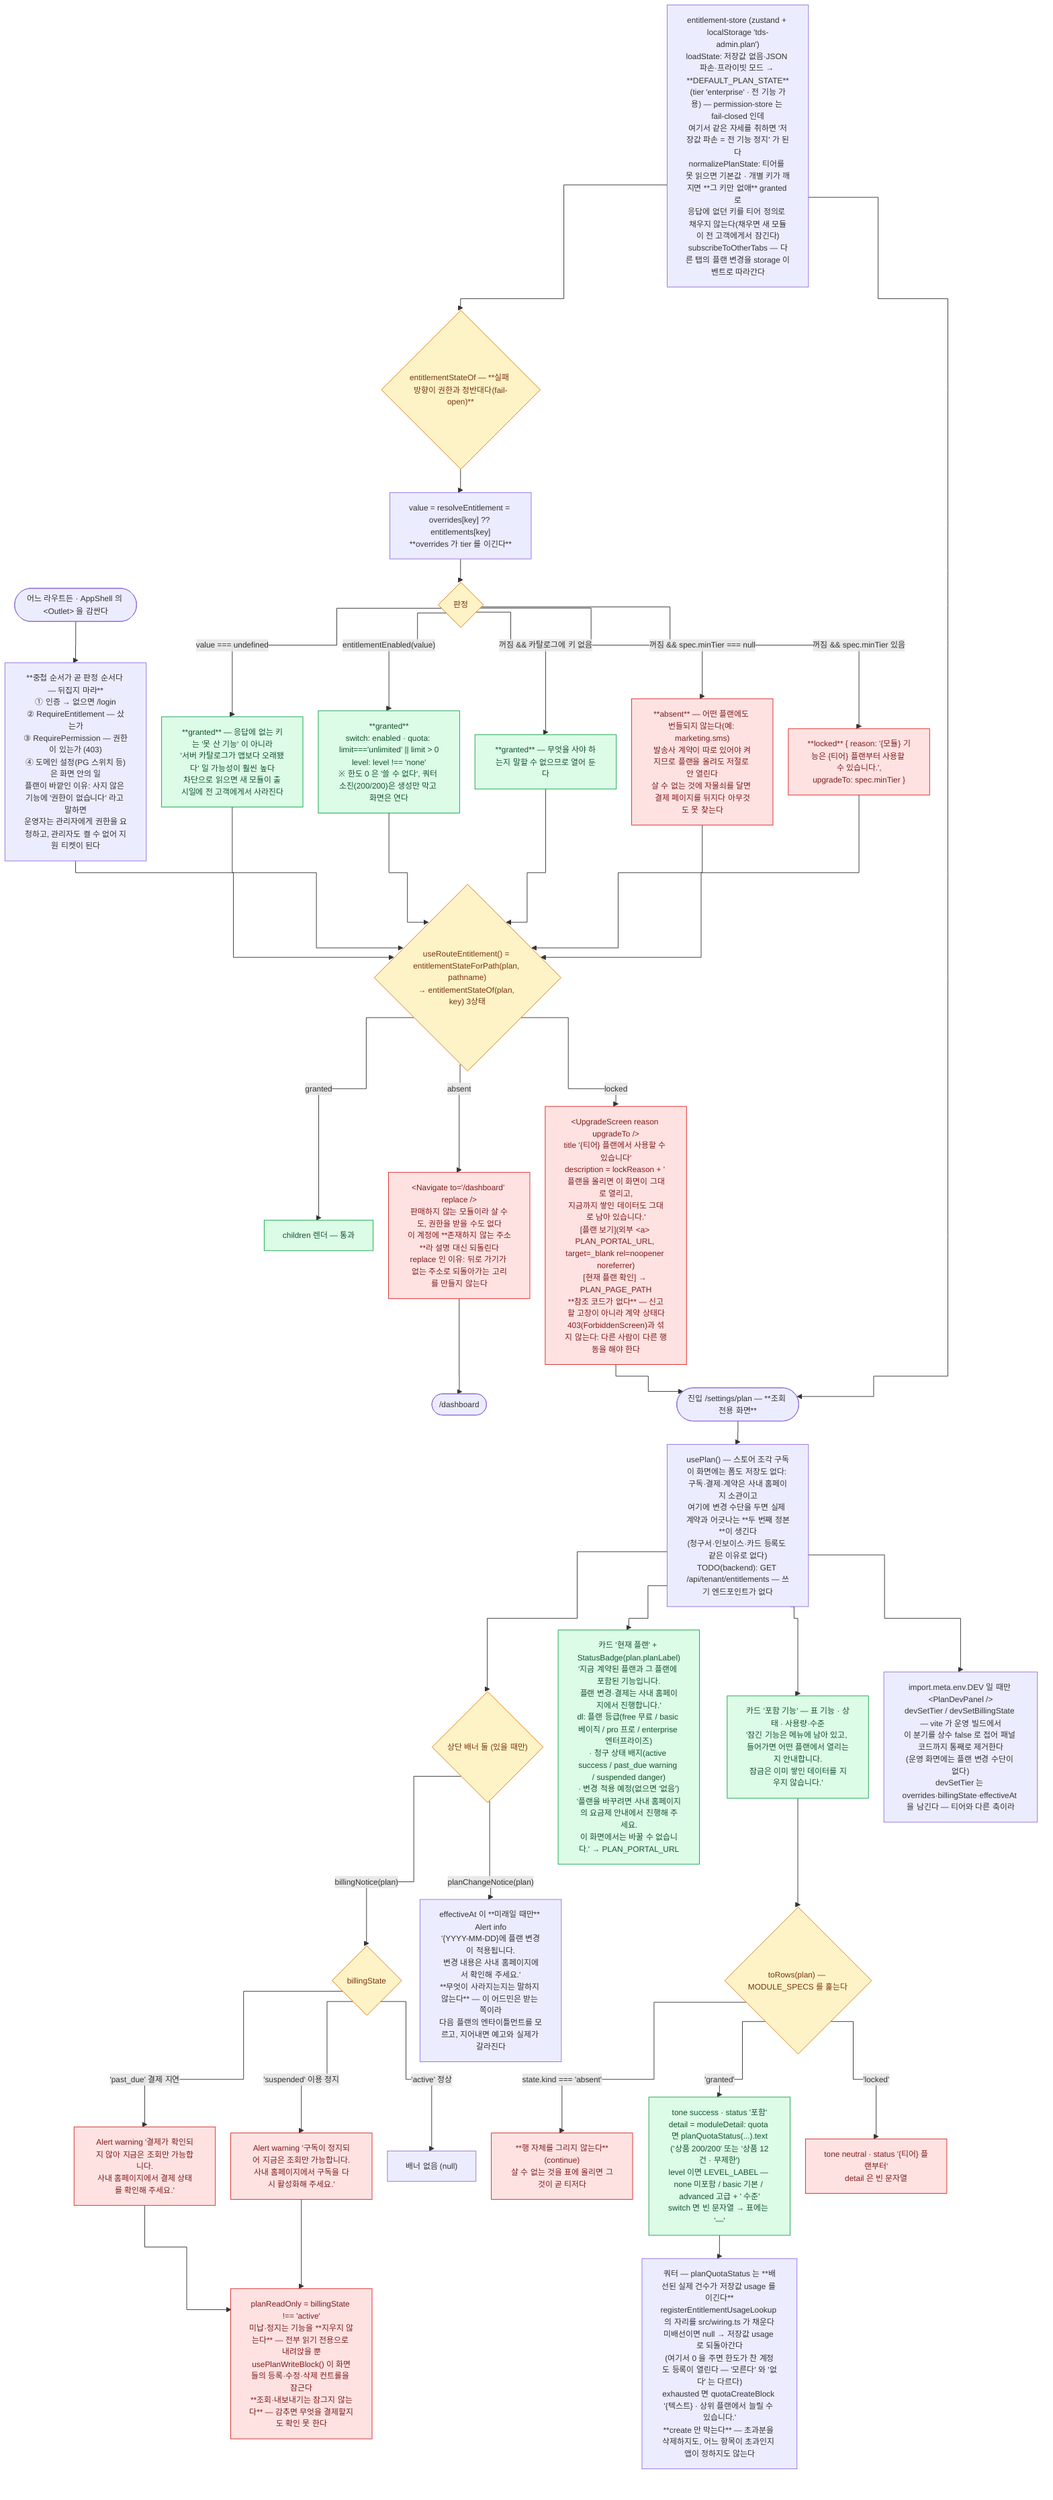
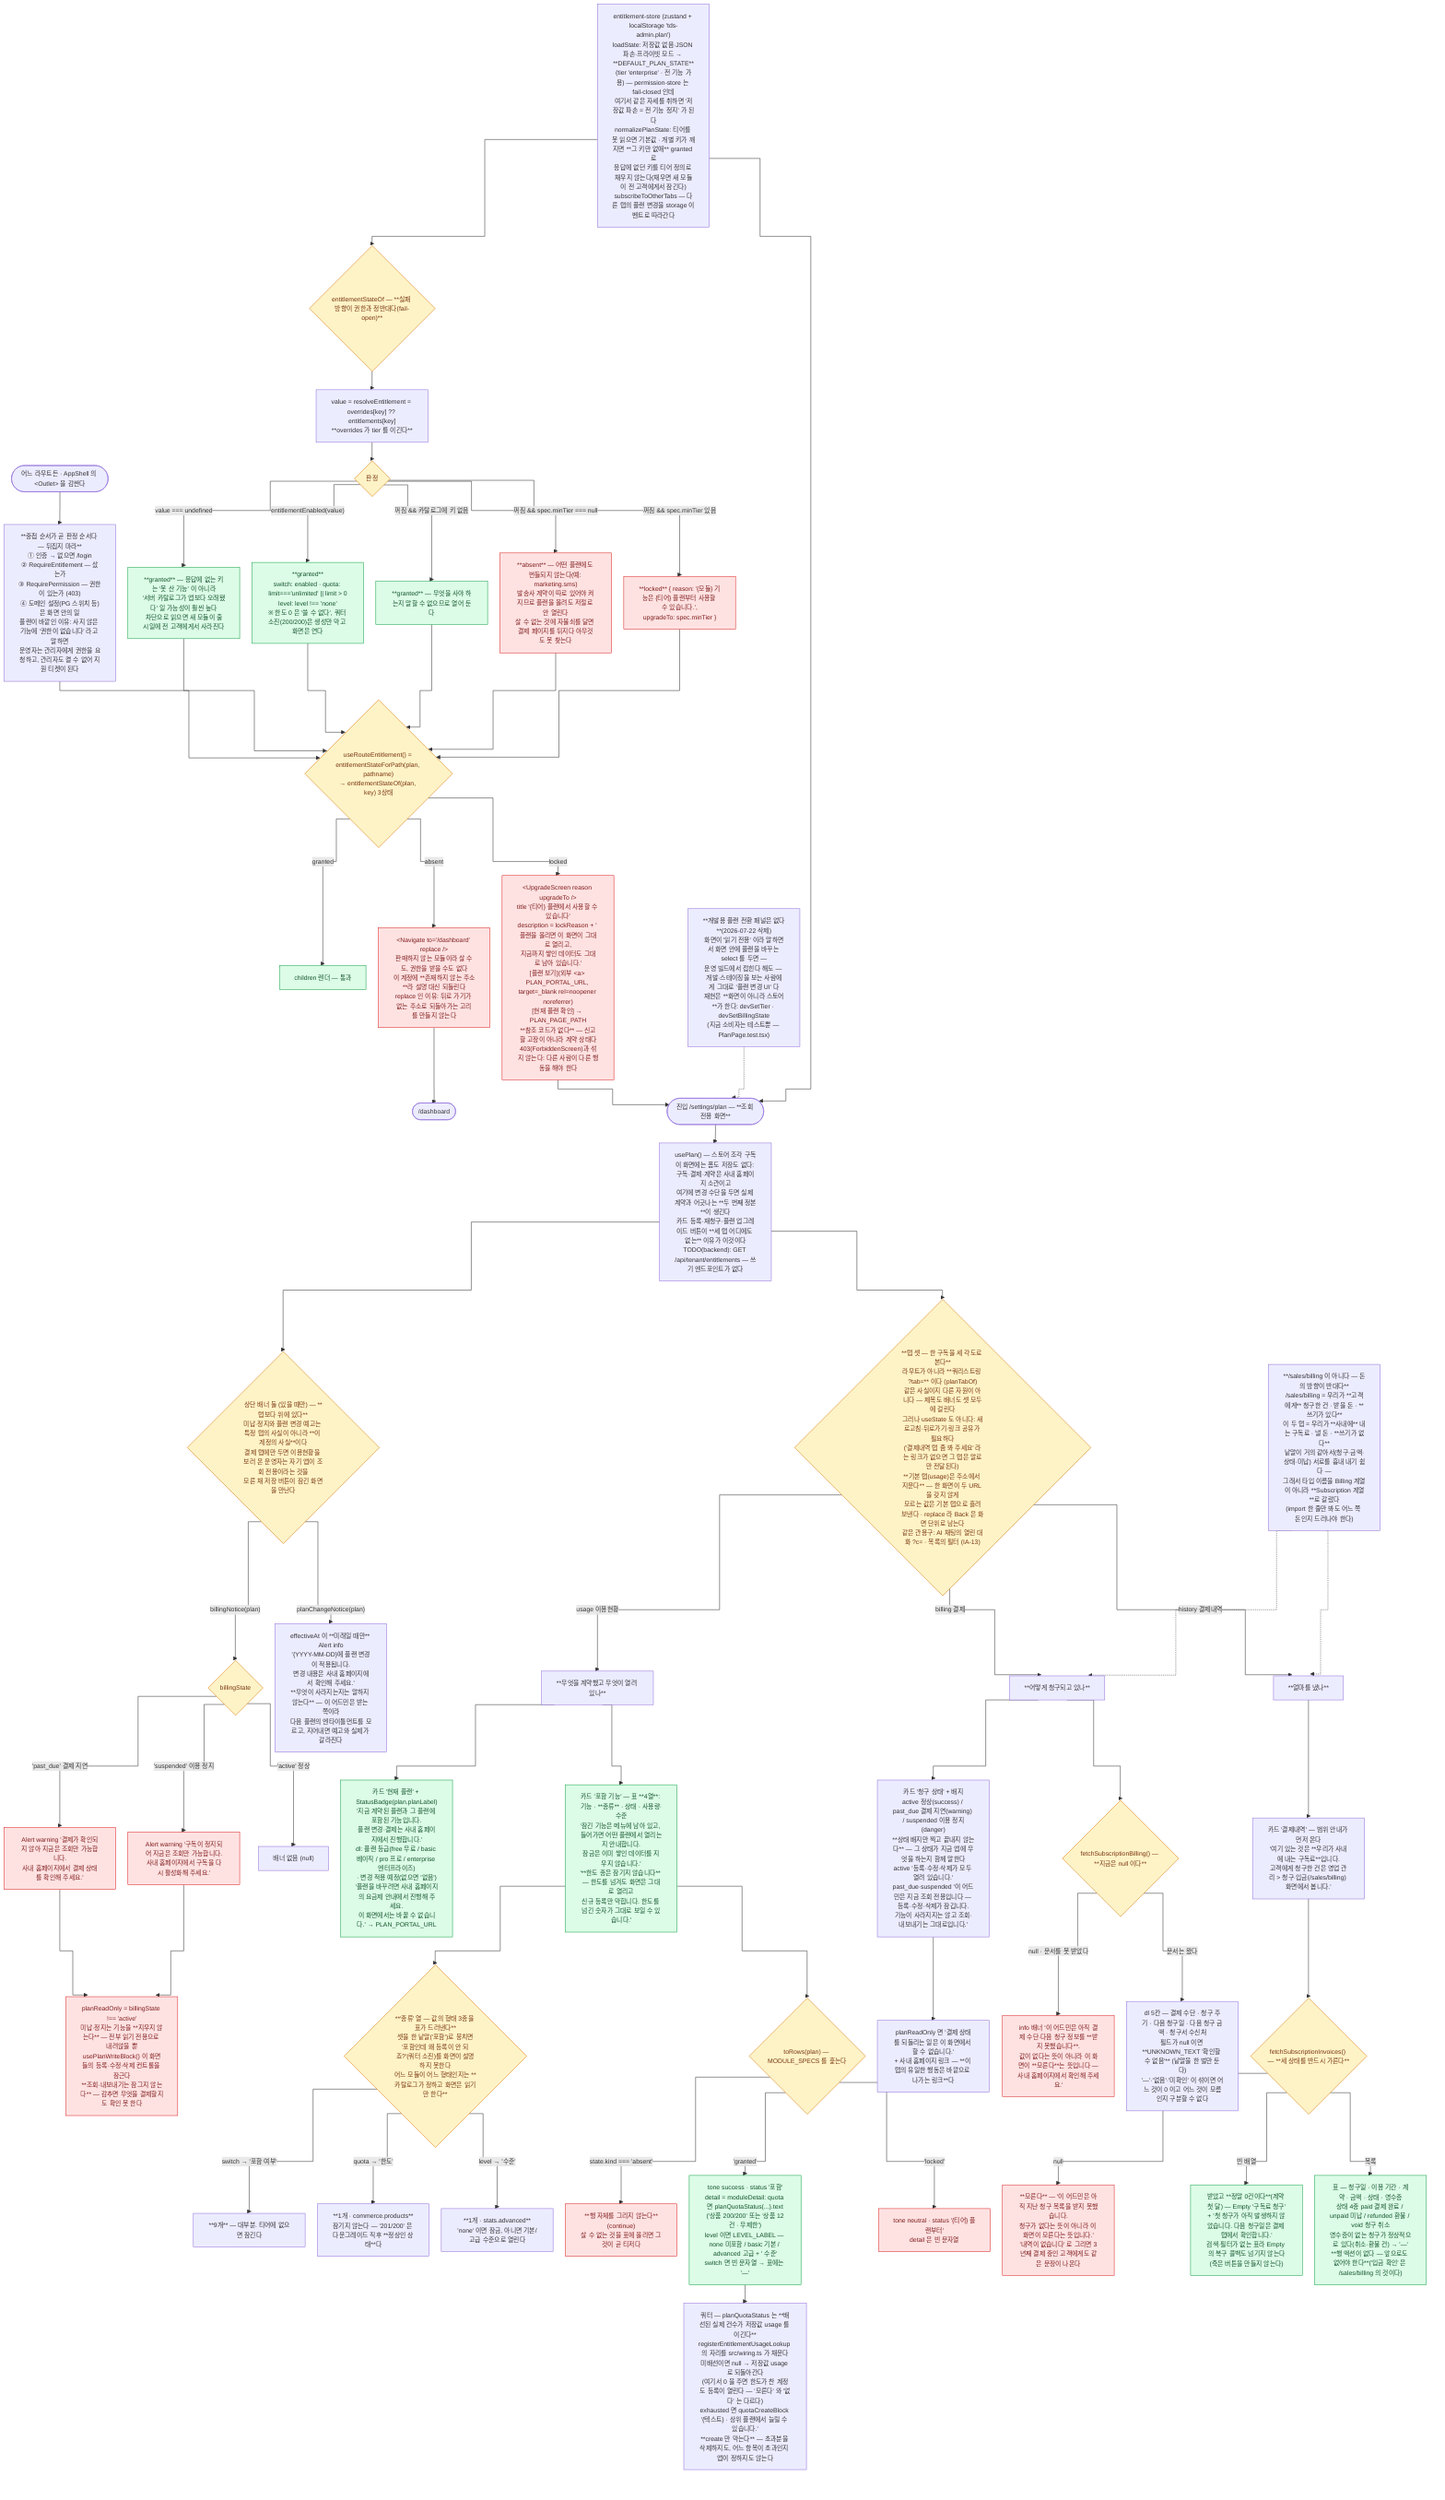
%% 플랜·이용 현황 · /settings/plan
%%{init: {"flowchart": {"curve": "step", "nodeSpacing": 25, "rankSpacing": 38, "wrappingWidth": 170}, "themeVariables": {"fontSize": "13px"}} }%%
flowchart TD
  ANY(["어느 라우트든 · AppShell 의 &lt;Outlet&gt; 을 감싼다"]) --> ORDER["**중첩 순서가 곧 판정 순서다 — 뒤집지 마라**<br/>① 인증 → 없으면 /login<br/>② RequireEntitlement — 샀는가<br/>③ RequirePermission — 권한이 있는가 (403)<br/>④ 도메인 설정(PG 스위치 등)은 화면 안의 일<br/>플랜이 바깥인 이유: 사지 않은 기능에 '권한이 없습니다' 라고 말하면<br/>운영자는 관리자에게 권한을 요청하고, 관리자도 켤 수 없어 지원 티켓이 된다"]
  ORDER --> RE{"useRouteEntitlement() = entitlementStateForPath(plan, pathname)<br/>→ entitlementStateOf(plan, key) 3상태"}

  RE -->|"granted"| G["children 렌더 — 통과"]
  RE -->|"absent"| A["&lt;Navigate to='/dashboard' replace /&gt;<br/>판매하지 않는 모듈이라 살 수도, 권한을 받을 수도 없다<br/>이 계정에 **존재하지 않는 주소**라 설명 대신 되돌린다<br/>replace 인 이유: 뒤로 가기가 없는 주소로 되돌아가는 고리를 만들지 않는다"]
  RE -->|"locked"| U["&lt;UpgradeScreen reason upgradeTo /&gt;<br/>title '{티어} 플랜에서 사용할 수 있습니다'<br/>description = lockReason + ' 플랜을 올리면 이 화면이 그대로 열리고,<br/>지금까지 쌓인 데이터도 그대로 남아 있습니다.'<br/>[플랜 보기](외부 &lt;a&gt; PLAN_PORTAL_URL, target=_blank rel=noopener noreferrer)<br/>[현재 플랜 확인] → PLAN_PAGE_PATH<br/>**참조 코드가 없다** — 신고할 고장이 아니라 계약 상태다<br/>403(ForbiddenScreen)과 섞지 않는다: 다른 사람이 다른 행동을 해야 한다"]

  DECIDE{"entitlementStateOf — **실패 방향이 권한과 정반대다(fail-open)**"} --> D0["value = resolveEntitlement = overrides[key] ?? entitlements[key]<br/>**overrides 가 tier 를 이긴다**"]
  D0 --> D1{"판정"}
  D1 -->|"value === undefined"| DG1["**granted** — 응답에 없는 키는 '못 산 기능' 이 아니라<br/>'서버 카탈로그가 앱보다 오래됐다' 일 가능성이 훨씬 높다<br/>차단으로 읽으면 새 모듈이 출시일에 전 고객에게서 사라진다"]
  D1 -->|"entitlementEnabled(value)"| DG2["**granted**<br/>switch: enabled · quota: limit==='unlimited' || limit &gt; 0<br/>level: level !== 'none'<br/>※ 한도 0 은 '쓸 수 없다', 쿼터 소진(200/200)은 생성만 막고 화면은 연다"]
  D1 -->|"꺼짐 && 카탈로그에 키 없음"| DG3["**granted** — 무엇을 사야 하는지 말할 수 없으므로 열어 둔다"]
  D1 -->|"꺼짐 && spec.minTier === null"| DA["**absent** — 어떤 플랜에도 번들되지 않는다(예: marketing.sms)<br/>발송사 계약이 따로 있어야 켜지므로 플랜을 올려도 저절로 안 열린다<br/>살 수 없는 것에 자물쇠를 달면 결제 페이지를 뒤지다 아무것도 못 찾는다"]
  D1 -->|"꺼짐 && spec.minTier 있음"| DL["**locked** { reason: '{모듈} 기능은 {티어} 플랜부터 사용할 수 있습니다.',<br/>upgradeTo: spec.minTier }"]
  DG1 --> RE
  DG2 --> RE
  DG3 --> RE
  DA --> RE
  DL --> RE

  STORE["entitlement-store (zustand + localStorage 'tds-admin.plan')<br/>loadState: 저장값 없음·JSON 파손·프라이빗 모드 → **DEFAULT_PLAN_STATE**<br/>(tier 'enterprise' · 전 기능 가용) — permission-store 는 fail-closed 인데<br/>여기서 같은 자세를 취하면 '저장값 파손 = 전 기능 정지' 가 된다<br/>normalizePlanState: 티어를 못 읽으면 기본값 · 개별 키가 깨지면 **그 키만 없애** granted 로<br/>응답에 없던 키를 티어 정의로 채우지 않는다(채우면 새 모듈이 전 고객에게서 잠긴다)<br/>subscribeToOtherTabs — 다른 탭의 플랜 변경을 storage 이벤트로 따라간다"] --> DECIDE
  STORE --> S

-   S(["진입 /settings/plan — **조회 전용 화면**"]) --> P0["usePlan() — 스토어 조각 구독<br/>이 화면에는 폼도 저장도 없다: 구독·결제·계약은 사내 홈페이지 소관이고<br/>여기에 변경 수단을 두면 실제 계약과 어긋나는 **두 번째 정본**이 생긴다<br/>(청구서·인보이스·카드 등록도 같은 이유로 없다)<br/>TODO(backend): GET /api/tenant/entitlements — 쓰기 엔드포인트가 없다"]
+   S(["진입 /settings/plan — **조회 전용 화면**"]) --> P0["usePlan() — 스토어 조각 구독<br/>이 화면에는 폼도 저장도 없다: 구독·결제·계약은 사내 홈페이지 소관이고<br/>여기에 변경 수단을 두면 실제 계약과 어긋나는 **두 번째 정본**이 생긴다<br/>카드 등록·재청구·플랜 업그레이드 버튼이 **세 탭 어디에도 없는** 이유가 이것이다<br/>TODO(backend): GET /api/tenant/entitlements — 쓰기 엔드포인트가 없다"]

-   P0 --> NOTE{"상단 배너 둘 (있을 때만)"}
+   P0 --> NOTE{"상단 배너 둘 (있을 때만) — **탭보다 위에 있다**<br/>미납·정지와 플랜 변경 예고는 특정 탭의 사실이 아니라 **이 계정의 사실**이다<br/>결제 탭에만 두면 이용현황을 보러 온 운영자는 자기 앱이 조회 전용이라는 것을<br/>모른 채 저장 버튼이 잠긴 화면을 만난다"}
  NOTE -->|"billingNotice(plan)"| N1{"billingState"}
  N1 -->|"'past_due' 결제 지연"| N1a["Alert warning '결제가 확인되지 않아 지금은 조회만 가능합니다.<br/>사내 홈페이지에서 결제 상태를 확인해 주세요.'"]
  N1 -->|"'suspended' 이용 정지"| N1b["Alert warning '구독이 정지되어 지금은 조회만 가능합니다.<br/>사내 홈페이지에서 구독을 다시 활성화해 주세요.'"]
  N1 -->|"'active' 정상"| N1c["배너 없음 (null)"]
  NOTE -->|"planChangeNotice(plan)"| N2["effectiveAt 이 **미래일 때만** Alert info<br/>'{YYYY-MM-DD}에 플랜 변경이 적용됩니다.<br/>변경 내용은 사내 홈페이지에서 확인해 주세요.'<br/>**무엇이 사라지는지는 말하지 않는다** — 이 어드민은 받는 쪽이라<br/>다음 플랜의 엔타이틀먼트를 모르고, 지어내면 예고와 실제가 갈라진다"]

  N1a --> RW["planReadOnly = billingState !== 'active'<br/>미납·정지는 기능을 **지우지 않는다** — 전부 읽기 전용으로 내려앉을 뿐<br/>usePlanWriteBlock() 이 화면들의 등록·수정·삭제 컨트롤을 잠근다<br/>**조회·내보내기는 잠그지 않는다** — 감추면 무엇을 결제할지도 확인 못 한다"]
  N1b --> RW

-   P0 --> CARD1["카드 '현재 플랜' + StatusBadge(plan.planLabel)<br/>'지금 계약된 플랜과 그 플랜에 포함된 기능입니다.<br/>플랜 변경·결제는 사내 홈페이지에서 진행합니다.'<br/>dl: 플랜 등급(free 무료 / basic 베이직 / pro 프로 / enterprise 엔터프라이즈)<br/>· 청구 상태 배지(active success / past_due warning / suspended danger)<br/>· 변경 적용 예정(없으면 '없음')<br/>'플랜을 바꾸려면 사내 홈페이지의 요금제 안내에서 진행해 주세요.<br/>이 화면에서는 바꿀 수 없습니다.' → PLAN_PORTAL_URL"]
+   P0 --> TABS{"**탭 셋 — 한 구독을 세 각도로 본다**<br/>라우트가 아니라 **쿼리스트링 ?tab=** 이다 (planTabOf)<br/>같은 사실이지 다른 자원이 아니다 — 제목도 배너도 셋 모두에 걸린다<br/>그러나 useState 도 아니다: 새로고침·뒤로가기·링크 공유가 필요하다<br/>('결제내역 탭 좀 봐 주세요' 라는 링크가 없으면 그 탭은 말로만 전달된다)<br/>**기본 탭(usage)은 주소에서 지운다** — 한 화면이 두 URL 을 갖지 않게<br/>모르는 값은 기본 탭으로 흘려보낸다 · replace 라 Back 은 화면 단위로 남는다<br/>같은 관용구: AI 채팅의 열린 대화 ?c= · 목록의 필터 (IA-13)"}

-   P0 --> CARD2["카드 '포함 기능' — 표 기능 · 상태 · 사용량·수준<br/>'잠긴 기능은 메뉴에 남아 있고, 들어가면 어떤 플랜에서 열리는지 안내합니다.<br/>잠금은 이미 쌓인 데이터를 지우지 않습니다.'"]
+   TABS -->|"usage 이용현황"| UP["**무엇을 계약했고 무엇이 열려 있나**"]
+   TABS -->|"billing 결제"| BP["**어떻게 청구되고 있나**"]
+   TABS -->|"history 결제내역"| HP["**얼마를 냈나**"]
+ 
+   UP --> CARD1["카드 '현재 플랜' + StatusBadge(plan.planLabel)<br/>'지금 계약된 플랜과 그 플랜에 포함된 기능입니다.<br/>플랜 변경·결제는 사내 홈페이지에서 진행합니다.'<br/>dl: 플랜 등급(free 무료 / basic 베이직 / pro 프로 / enterprise 엔터프라이즈)<br/>· 변경 적용 예정(없으면 '없음')<br/>'플랜을 바꾸려면 사내 홈페이지의 요금제 안내에서 진행해 주세요.<br/>이 화면에서는 바꿀 수 없습니다.' → PLAN_PORTAL_URL"]
+ 
+   UP --> CARD2["카드 '포함 기능' — 표 **4열**: 기능 · **종류** · 상태 · 사용량·수준<br/>'잠긴 기능은 메뉴에 남아 있고, 들어가면 어떤 플랜에서 열리는지 안내합니다.<br/>잠금은 이미 쌓인 데이터를 지우지 않습니다.'<br/>'**한도 종은 잠기지 않습니다** — 한도를 넘겨도 화면은 그대로 열리고<br/>신규 등록만 막힙니다. 한도를 넘긴 숫자가 그대로 보일 수 있습니다.'"]
+   CARD2 --> KIND{"**'종류' 열 — 값의 형태 3종을 표가 드러낸다**<br/>셋을 한 낱말('포함')로 뭉치면<br/>'포함인데 왜 등록이 안 되죠?'(쿼터 소진)를 화면이 설명하지 못한다<br/>어느 모듈이 어느 형태인지는 **카탈로그가 정하고 화면은 읽기만 한다**"}
+   KIND -->|"switch → '포함 여부'"| K1["**9개** — 대부분. 티어에 없으면 잠긴다"]
+   KIND -->|"quota → '한도'"| K2["**1개 · commerce.products**<br/>잠기지 않는다 — '201/200' 은 다운그레이드 직후 **정상인 상태**다"]
+   KIND -->|"level → '수준'"| K3["**1개 · stats.advanced**<br/>'none' 이면 잠금, 아니면 기본/고급 수준으로 열린다"]
+ 
  CARD2 --> ROWS{"toRows(plan) — MODULE_SPECS 를 훑는다"}
  ROWS -->|"state.kind === 'absent'"| RX["**행 자체를 그리지 않는다**(continue)<br/>살 수 없는 것을 표에 올리면 그것이 곧 티저다"]
  ROWS -->|"'granted'"| RG["tone success · status '포함'<br/>detail = moduleDetail: quota 면 planQuotaStatus(...).text<br/>('상품 200/200' 또는 '상품 12건 · 무제한')<br/>level 이면 LEVEL_LABEL — none 미포함 / basic 기본 / advanced 고급 + ' 수준'<br/>switch 면 빈 문자열 → 표에는 '—'"]
  ROWS -->|"'locked'"| RL["tone neutral · status '{티어} 플랜부터'<br/>detail 은 빈 문자열"]

  RG --> QT["쿼터 — planQuotaStatus 는 **배선된 실제 건수가 저장값 usage 를 이긴다**<br/>registerEntitlementUsageLookup 의 자리를 src/wiring.ts 가 채운다<br/>미배선이면 null → 저장값 usage 로 되돌아간다<br/>(여기서 0 을 주면 한도가 찬 계정도 등록이 열린다 — '모른다' 와 '없다' 는 다르다)<br/>exhausted 면 quotaCreateBlock '{텍스트} · 상위 플랜에서 늘릴 수 있습니다.'<br/>**create 만 막는다** — 초과분을 삭제하지도, 어느 항목이 초과인지 앱이 정하지도 않는다"]

-   P0 --> DEV["import.meta.env.DEV 일 때만 &lt;PlanDevPanel /&gt;<br/>devSetTier / devSetBillingState — vite 가 운영 빌드에서<br/>이 분기를 상수 false 로 접어 패널 코드까지 통째로 제거한다<br/>(운영 화면에는 플랜 변경 수단이 없다)<br/>devSetTier 는 overrides·billingState·effectiveAt 을 남긴다 — 티어와 다른 축이라"]
+   BP --> BSTATE["카드 '청구 상태' + 배지<br/>active 정상(success) / past_due 결제 지연(warning) / suspended 이용 정지(danger)<br/>**상태 배지만 찍고 끝내지 않는다** — 그 상태가 지금 앱에 무엇을 하는지 함께 말한다<br/>active '등록·수정·삭제가 모두 열려 있습니다.'<br/>past_due·suspended '이 어드민은 지금 조회 전용입니다 — 등록·수정·삭제가 잠깁니다.<br/>기능이 사라지지는 않고 조회·내보내기는 그대로입니다.'"]
+   BSTATE --> BSCOPE["planReadOnly 면 '결제 상태를 되돌리는 일은 이 화면에서 할 수 없습니다.'<br/>+ 사내 홈페이지 링크 — **이 탭의 유일한 행동은 바깥으로 나가는 링크**다"]
+ 
+   BP --> BFACT{"fetchSubscriptionBilling() — **지금은 null 이다**"}
+   BFACT -->|"null · 문서를 못 받았다"| BNULL["info 배너 '이 어드민은 아직 결제 수단·다음 청구 정보를 **받지 못했습니다**.<br/>값이 없다는 뜻이 아니라 이 화면이 **모른다**는 뜻입니다 —<br/>사내 홈페이지에서 확인해 주세요.'"]
+   BFACT -->|"문서는 왔다"| BDL["dl 5칸 — 결제 수단 · 청구 주기 · 다음 청구일 · 다음 청구 금액 · 청구서 수신처<br/>필드가 null 이면 **UNKNOWN_TEXT '확인할 수 없음'** (낱말을 한 벌만 둔다)<br/>'—'·'없음'·'미확인' 이 섞이면 어느 것이 0 이고 어느 것이 모름인지 구분할 수 없다"]
+ 
+   HP --> HSCOPE["카드 '결제내역' — 범위 안내가 먼저 온다<br/>'여기 있는 것은 **우리가 사내에 내는 구독료**입니다.<br/>고객에게 청구한 건은 영업 관리 &gt; 청구·입금(/sales/billing) 화면에서 봅니다.'"]
+   HSCOPE --> HSTATE{"fetchSubscriptionInvoices() — **세 상태를 반드시 가른다**"}
+   HSTATE -->|"null"| H1["**모른다** — '이 어드민은 아직 지난 청구 목록을 받지 못했습니다.<br/>청구가 없다는 뜻이 아니라 이 화면이 모른다는 뜻입니다.'<br/>'내역이 없습니다' 로 그리면 3년째 결제 중인 고객에게도 같은 문장이 나온다"]
+   HSTATE -->|"빈 배열"| H2["받았고 **정말 0건이다**(계약 첫 달) — Empty '구독료 청구'<br/>+ '첫 청구가 아직 발생하지 않았습니다. 다음 청구일은 결제 탭에서 확인합니다.'<br/>검색·필터가 없는 표라 Empty 의 복구 콜백도 넘기지 않는다(죽은 버튼을 만들지 않는다)"]
+   HSTATE -->|"목록"| H3["표 — 청구일 · 이용 기간 · 계약 · 금액 · 상태 · 영수증<br/>상태 4종 paid 결제 완료 / unpaid 미납 / refunded 환불 / void 청구 취소<br/>영수증이 없는 청구가 정상적으로 있다(취소·환불 건) → '—'<br/>**행 액션이 없다 — 앞으로도 없어야 한다**('입금 확인' 은 /sales/billing 의 것이다)"]
+ 
+   SCOPE["**/sales/billing 이 아니다 — 돈의 방향이 반대다**<br/>/sales/billing = 우리가 **고객에게** 청구한 건 · 받을 돈 · **쓰기가 있다**<br/>이 두 탭 = 우리가 **사내에** 내는 구독료 · 낼 돈 · **쓰기가 없다**<br/>낱말이 거의 같아서(청구·금액·상태·미납) 서로를 흉내 내기 쉽다 —<br/>그래서 타입 이름을 Billing 계열이 아니라 **Subscription 계열**로 갈랐다<br/>(import 한 줄만 봐도 어느 쪽 돈인지 드러나야 한다)"]
+   SCOPE -.-> BP
+   SCOPE -.-> HP
+ 
+   NODEV["**개발용 플랜 전환 패널은 없다**(2026-07-22 삭제)<br/>화면이 '읽기 전용' 이라 말하면서 화면 안에 플랜을 바꾸는 select 를 두면 —<br/>운영 빌드에서 접힌다 해도 — 개발·스테이징을 보는 사람에게 그대로 '플랜 변경 UI' 다<br/>재현은 **화면이 아니라 스토어**가 한다: devSetTier · devSetBillingState<br/>(지금 소비자는 테스트뿐 — PlanPage.test.tsx)"]
+   NODEV -.-> S

  U --> S
  A --> DASH(["/dashboard"])

  classDef gate fill:#fef3c7,stroke:#d97706,color:#78350f
  classDef err fill:#fee2e2,stroke:#dc2626,color:#7f1d1d
  classDef ok fill:#dcfce7,stroke:#16a34a,color:#14532d

-   class RE,DECIDE,D1,NOTE,N1,ROWS gate
-   class A,U,DA,DL,N1a,N1b,RW,RX,RL err
-   class G,DG1,DG2,DG3,CARD1,CARD2,RG ok
+   class RE,DECIDE,D1,NOTE,N1,TABS,ROWS,KIND,BFACT,HSTATE gate
+   class A,U,DA,DL,N1a,N1b,RW,RX,RL,BNULL,H1 err
+   class G,DG1,DG2,DG3,CARD1,CARD2,RG,H2,H3 ok
